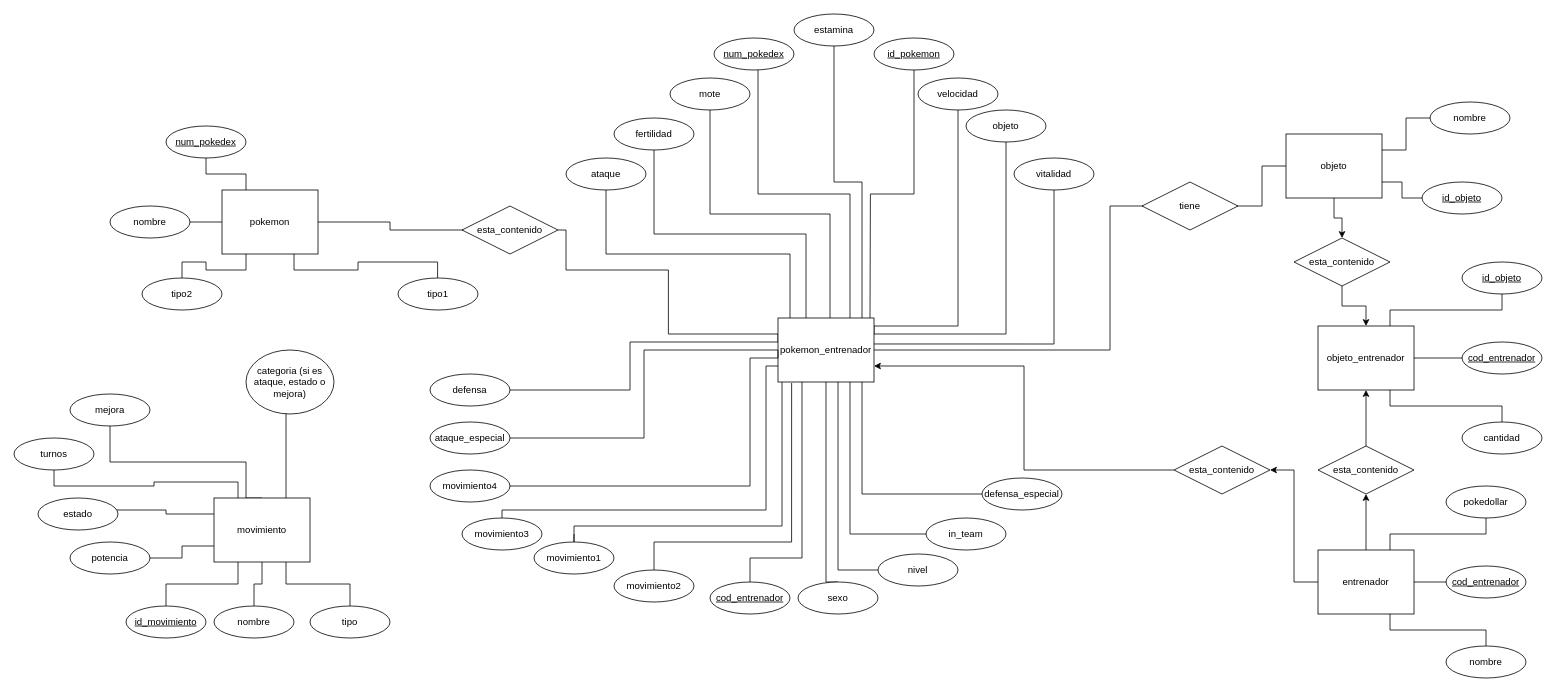
This is bd/Entidad-Relacion-Pokemon.drawio from GabriLoren/Pokemon, a draw.io file, before an edit. Source tidied: cells renumbered, new cells numbered last; positions are measured from the earlier drawing's top-left corner, leaving out a move shared by most shapes. Both pictures are drawn from the tidied source at 80%, with x=0, y=0 at pixel (14, 14).
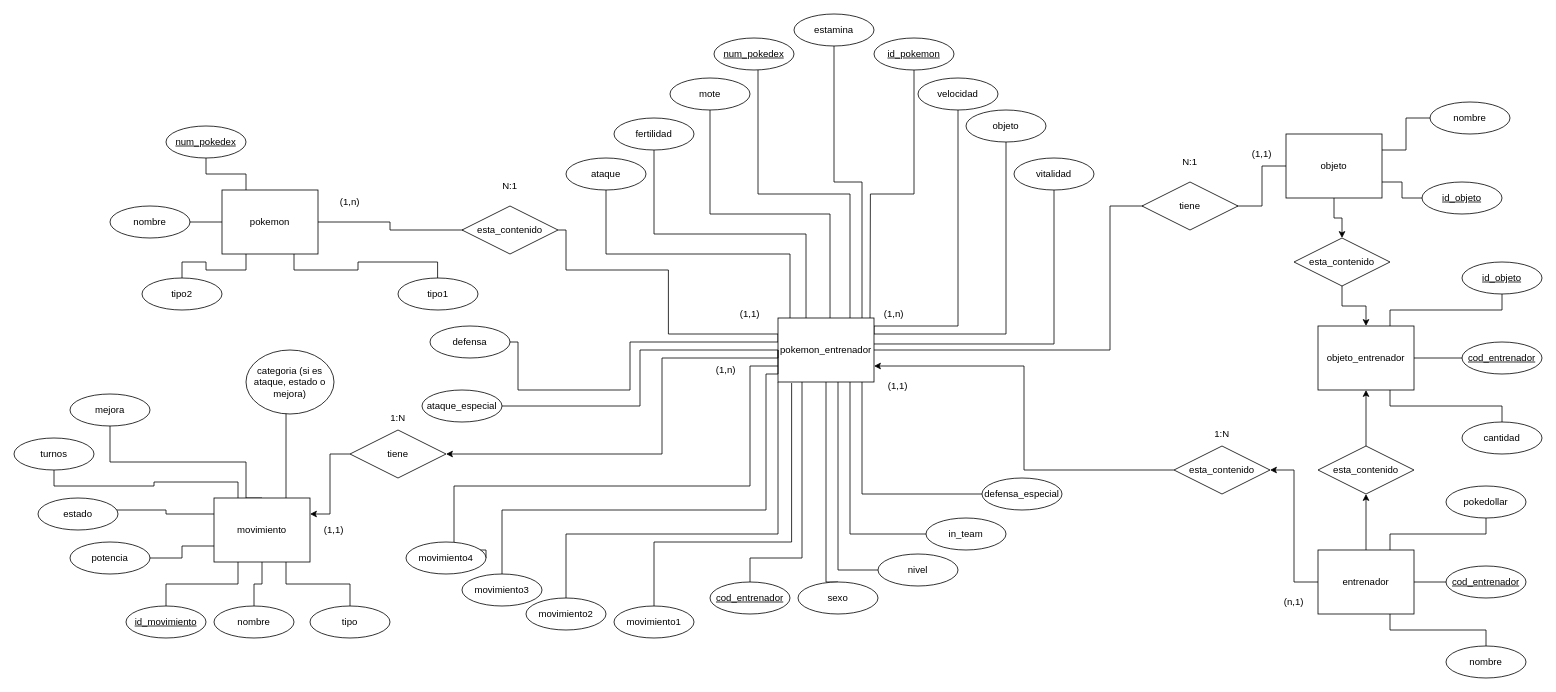
After the change.

Commit message (it also covers changes not shown here):
Primer draft entidad-relación terminado

The change refers to these unchanged cells:
```xml
<mxCell id="37" value="pokemon_entrenador" style="whiteSpace=wrap;html=1;align=center;" parent="1" vertex="1">
  <mxGeometry x="955" y="380" width="120" height="80" as="geometry" />
</mxCell>
<mxCell id="46" value="movimiento" style="whiteSpace=wrap;html=1;align=center;" parent="1" vertex="1">
  <mxGeometry x="250" y="605" width="120" height="80" as="geometry" />
</mxCell>
```

Change to the diagram source:
```diff
@@
     <mxCell id="15" value="ataque_especial" style="ellipse;whiteSpace=wrap;html=1;align=center;" parent="1" vertex="1">
-      <mxGeometry x="520" y="510" width="100" height="40" as="geometry" />
+      <mxGeometry x="510" y="470" width="100" height="40" as="geometry" />
     </mxCell>
@@
     <mxCell id="18" style="edgeStyle=orthogonalEdgeStyle;rounded=0;jettySize=auto;html=1;exitX=1;exitY=0.5;exitDx=0;exitDy=0;entryX=0;entryY=0.25;entryDx=0;entryDy=0;endArrow=none;endFill=0;" parent="1" edge="1" source="19" target="37">
       <mxGeometry x="0.12" y="38" relative="1" as="geometry">
         <Array as="points">
+          <mxPoint x="630" y="410" />
+          <mxPoint x="630" y="470" />
           <mxPoint x="770" y="470" />
           <mxPoint x="770" y="410" />
           <mxPoint x="955" y="410" />
         </Array>
         <mxPoint x="1" as="offset" />
       </mxGeometry>
     </mxCell>
     <mxCell id="19" value="defensa" style="ellipse;whiteSpace=wrap;html=1;align=center;" parent="1" vertex="1">
-      <mxGeometry x="520" y="450" width="100" height="40" as="geometry" />
+      <mxGeometry x="520" y="390" width="100" height="40" as="geometry" />
     </mxCell>
@@
+    <mxCell id="103" style="edgeStyle=orthogonalEdgeStyle;rounded=0;jettySize=auto;html=1;exitX=0;exitY=1;exitDx=0;exitDy=0;entryX=0.5;entryY=0.5;entryDx=0;entryDy=0;entryPerimeter=0;" parent="1" edge="1" source="37" target="87">
+      <mxGeometry relative="1" as="geometry">
+        <Array as="points">
+          <mxPoint x="955" y="650" />
+          <mxPoint x="690" y="650" />
+        </Array>
+      </mxGeometry>
+    </mxCell>
@@
+    <mxCell id="104" style="edgeStyle=orthogonalEdgeStyle;rounded=0;jettySize=auto;html=1;exitX=1;exitY=0.25;exitDx=0;exitDy=0;entryX=0;entryY=0.5;entryDx=0;entryDy=0;endArrow=none;endFill=0;startArrow=classic;startFill=1;" parent="1" edge="1" source="46" target="106">
+      <mxGeometry relative="1" as="geometry" />
+    </mxCell>
@@
-    <mxCell id="86" style="edgeStyle=orthogonalEdgeStyle;rounded=0;orthogonalLoop=1;jettySize=auto;html=1;endArrow=none;endFill=0;" parent="1" edge="1">
-      <mxGeometry relative="1" as="geometry">
-        <mxPoint x="700" y="650" as="sourcePoint" />
-        <mxPoint x="960" y="460" as="targetPoint" />
-        <Array as="points">
-          <mxPoint x="700" y="666" />
-          <mxPoint x="700" y="640" />
-          <mxPoint x="960" y="640" />
-        </Array>
-      </mxGeometry>
-    </mxCell>
-    <mxCell id="87" value="movimiento1" style="ellipse;whiteSpace=wrap;html=1;align=center;" parent="1" vertex="1">
-      <mxGeometry x="650" y="660" width="100" height="40" as="geometry" />
+    <mxCell id="87" value="movimiento2" style="ellipse;whiteSpace=wrap;html=1;align=center;" parent="1" vertex="1">
+      <mxGeometry x="640" y="730" width="100" height="40" as="geometry" />
     </mxCell>
@@
-    <mxCell id="89" value="movimiento2" style="ellipse;whiteSpace=wrap;html=1;align=center;" parent="1" vertex="1">
-      <mxGeometry x="750" y="695" width="100" height="40" as="geometry" />
+    <mxCell id="89" value="movimiento1" style="ellipse;whiteSpace=wrap;html=1;align=center;" parent="1" vertex="1">
+      <mxGeometry x="750" y="740" width="100" height="40" as="geometry" />
     </mxCell>
     <mxCell id="90" style="edgeStyle=orthogonalEdgeStyle;rounded=0;jettySize=auto;html=1;exitX=0.5;exitY=0;exitDx=0;exitDy=0;entryX=0;entryY=0.75;entryDx=0;entryDy=0;endArrow=none;endFill=0;" parent="1" edge="1" source="91" target="37">
       <mxGeometry relative="1" as="geometry">
         <Array as="points">
           <mxPoint x="610" y="620" />
           <mxPoint x="940" y="620" />
-          <mxPoint x="940" y="440" />
+          <mxPoint x="940" y="450" />
+          <mxPoint x="955" y="450" />
         </Array>
       </mxGeometry>
     </mxCell>
     <mxCell id="91" value="movimiento3" style="ellipse;whiteSpace=wrap;html=1;align=center;" parent="1" vertex="1">
-      <mxGeometry x="560" y="630" width="100" height="40" as="geometry" />
+      <mxGeometry x="560" y="700" width="100" height="40" as="geometry" />
     </mxCell>
     <mxCell id="92" style="edgeStyle=orthogonalEdgeStyle;rounded=0;jettySize=auto;html=1;exitX=1;exitY=0.5;exitDx=0;exitDy=0;entryX=0;entryY=0.5;entryDx=0;entryDy=0;endArrow=none;endFill=0;" parent="1" edge="1" source="93" target="37">
       <mxGeometry relative="1" as="geometry">
         <Array as="points">
+          <mxPoint x="590" y="670" />
+          <mxPoint x="550" y="670" />
+          <mxPoint x="550" y="590" />
           <mxPoint x="920" y="590" />
-          <mxPoint x="920" y="430" />
-          <mxPoint x="955" y="430" />
+          <mxPoint x="920" y="440" />
+          <mxPoint x="955" y="440" />
         </Array>
       </mxGeometry>
     </mxCell>
     <mxCell id="93" value="movimiento4" style="ellipse;whiteSpace=wrap;html=1;align=center;" parent="1" vertex="1">
-      <mxGeometry x="520" y="570" width="100" height="40" as="geometry" />
+      <mxGeometry x="490" y="660" width="100" height="40" as="geometry" />
     </mxCell>
@@
+    <mxCell id="105" style="edgeStyle=orthogonalEdgeStyle;rounded=0;jettySize=auto;html=1;exitX=1;exitY=0.5;exitDx=0;exitDy=0;entryX=0;entryY=0.5;entryDx=0;entryDy=0;endArrow=none;endFill=0;startArrow=classic;startFill=1;" parent="1" edge="1" source="106" target="37">
+      <mxGeometry relative="1" as="geometry">
+        <Array as="points">
+          <mxPoint x="810" y="550" />
+          <mxPoint x="810" y="430" />
+          <mxPoint x="955" y="430" />
+        </Array>
+      </mxGeometry>
+    </mxCell>
+    <mxCell id="106" value="tiene" style="shape=rhombus;perimeter=rhombusPerimeter;whiteSpace=wrap;html=1;align=center;" parent="1" vertex="1">
+      <mxGeometry x="420" y="520" width="120" height="60" as="geometry" />
+    </mxCell>
+    <mxCell id="107" value="(1,n)" style="text;html=1;strokeColor=none;fillColor=none;align=center;verticalAlign=middle;whiteSpace=wrap;rounded=0;" parent="1" vertex="1">
+      <mxGeometry x="390" y="220" width="60" height="30" as="geometry" />
+    </mxCell>
+    <mxCell id="108" value="(1,1)" style="text;html=1;strokeColor=none;fillColor=none;align=center;verticalAlign=middle;whiteSpace=wrap;rounded=0;" parent="1" vertex="1">
+      <mxGeometry x="890" y="360" width="60" height="30" as="geometry" />
+    </mxCell>
+    <mxCell id="109" value="(1,1)" style="text;html=1;strokeColor=none;fillColor=none;align=center;verticalAlign=middle;whiteSpace=wrap;rounded=0;" parent="1" vertex="1">
+      <mxGeometry x="1075" y="450" width="60" height="30" as="geometry" />
+    </mxCell>
+    <mxCell id="110" value="(n,1)" style="text;html=1;strokeColor=none;fillColor=none;align=center;verticalAlign=middle;whiteSpace=wrap;rounded=0;" parent="1" vertex="1">
+      <mxGeometry x="1570" y="720" width="60" height="30" as="geometry" />
+    </mxCell>
+    <mxCell id="111" value="(1,1)" style="text;html=1;strokeColor=none;fillColor=none;align=center;verticalAlign=middle;whiteSpace=wrap;rounded=0;" parent="1" vertex="1">
+      <mxGeometry x="1530" y="160" width="60" height="30" as="geometry" />
+    </mxCell>
+    <mxCell id="112" value="(1,n)" style="text;html=1;strokeColor=none;fillColor=none;align=center;verticalAlign=middle;whiteSpace=wrap;rounded=0;" parent="1" vertex="1">
+      <mxGeometry x="1070" y="360" width="60" height="30" as="geometry" />
+    </mxCell>
+    <mxCell id="113" value="(1,n)" style="text;html=1;strokeColor=none;fillColor=none;align=center;verticalAlign=middle;whiteSpace=wrap;rounded=0;" parent="1" vertex="1">
+      <mxGeometry x="860" y="430" width="60" height="30" as="geometry" />
+    </mxCell>
+    <mxCell id="114" value="(1,1)" style="text;html=1;strokeColor=none;fillColor=none;align=center;verticalAlign=middle;whiteSpace=wrap;rounded=0;" parent="1" vertex="1">
+      <mxGeometry x="370" y="630" width="60" height="30" as="geometry" />
+    </mxCell>
+    <mxCell id="115" value="N:1" style="text;html=1;strokeColor=none;fillColor=none;align=center;verticalAlign=middle;whiteSpace=wrap;rounded=0;" parent="1" vertex="1">
+      <mxGeometry x="590" y="200" width="60" height="30" as="geometry" />
+    </mxCell>
+    <mxCell id="116" value="1:N" style="text;html=1;strokeColor=none;fillColor=none;align=center;verticalAlign=middle;whiteSpace=wrap;rounded=0;" parent="1" vertex="1">
+      <mxGeometry x="450" y="490" width="60" height="30" as="geometry" />
+    </mxCell>
+    <mxCell id="117" value="N:1" style="text;html=1;strokeColor=none;fillColor=none;align=center;verticalAlign=middle;whiteSpace=wrap;rounded=0;" parent="1" vertex="1">
+      <mxGeometry x="1440" y="170" width="60" height="30" as="geometry" />
+    </mxCell>
+    <mxCell id="118" value="1:N" style="text;html=1;strokeColor=none;fillColor=none;align=center;verticalAlign=middle;whiteSpace=wrap;rounded=0;" parent="1" vertex="1">
+      <mxGeometry x="1480" y="510" width="60" height="30" as="geometry" />
+    </mxCell>
```
